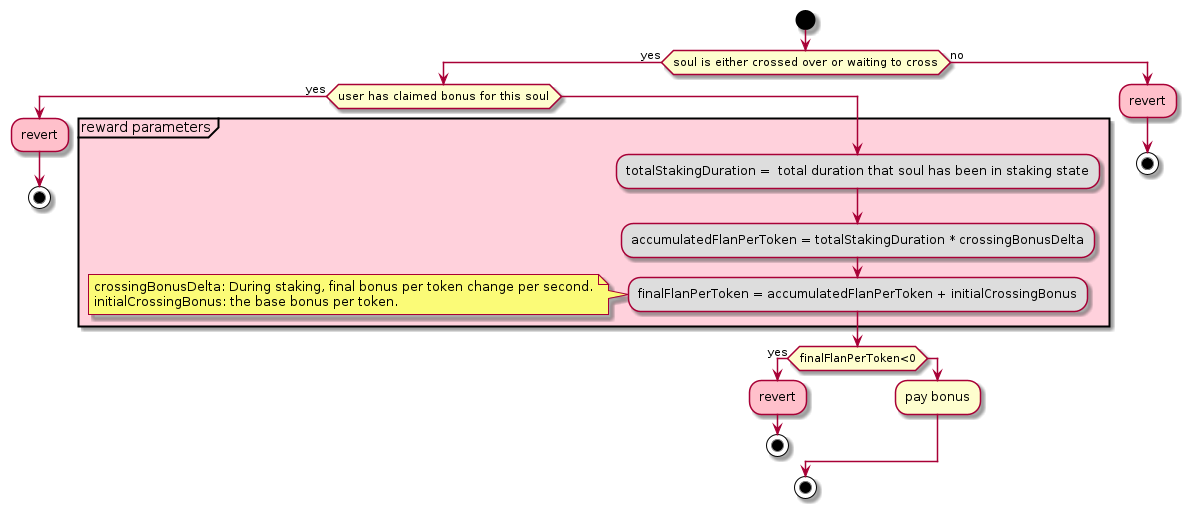
Behodler/limbo keeps this PlantUML diagram as documentation/diagrams/Limbo/claimBonusReward.png. Above is the earlier version.
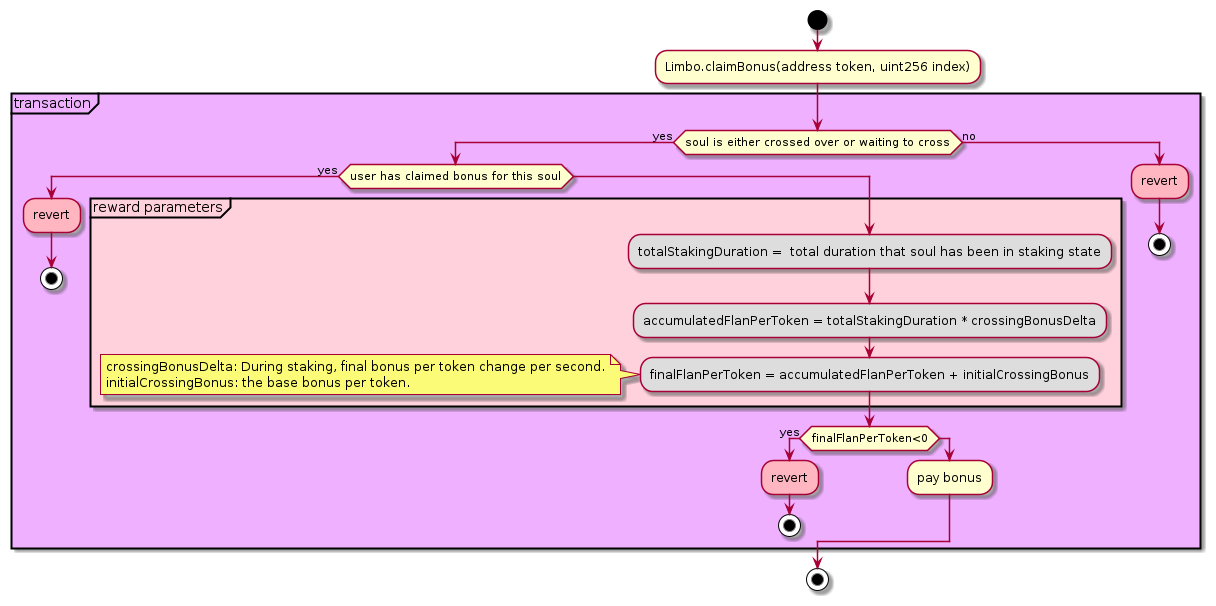
After the commit.

Change to the diagram source:
```diff
@@ -1,8 +1,11 @@
 @startuml
+!define yoghurt #eeb0ff
 start
+:Limbo.claimBonus(address token, uint256 index);
+partition yoghurt "transaction"{
 if(soul is either crossed over or waiting to cross) then (yes)
     if(user has claimed bonus for this soul) then (yes)
-        #pink:revert;
+        #lightpink:revert;
         stop
     else
         partition #ffd1dc "reward parameters"{
@@ -15,15 +18,16 @@
             initialCrossingBonus: the base bonus per token.
         end note
         if(finalFlanPerToken<0) then (yes)
-            #pink:revert;
+            #lightpink:revert;
             stop
         else
             :pay bonus;
         endif
     endif
 else (no)
-    #pink:revert;
+    #lightpink:revert;
     stop
 endif
+}
 stop
 @enduml
```
